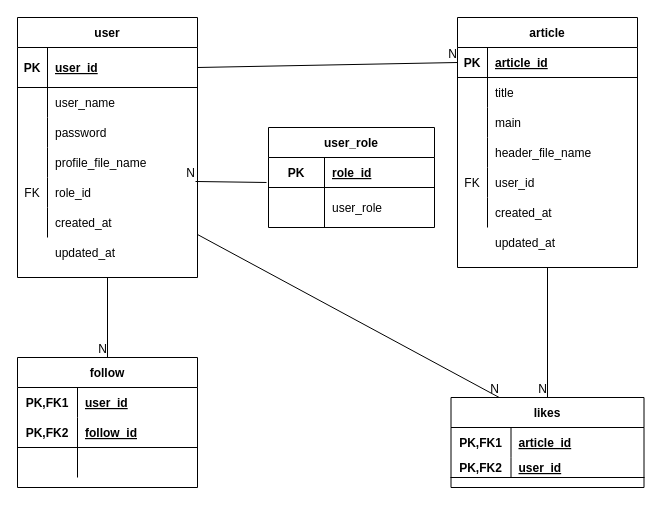
Above: infra/db/ER.dio in Yuichi-Kadota/blog-app (draw.io), before the change. Source tidied: cells renumbered, new cells numbered last; positions are measured from the earlier drawing's top-left corner, leaving out a move shared by most shapes. Both pictures are drawn from the tidied source at 100%, with x=0, y=0 at pixel (17, 17).
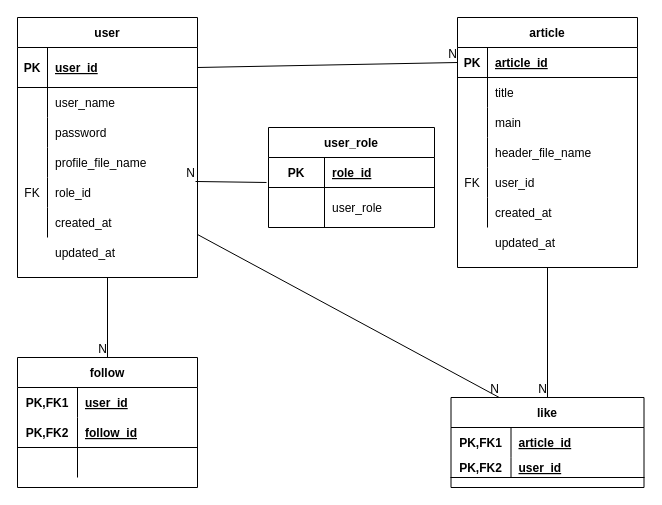
After the change.

Commit message (it also covers changes not shown here):
mod tbl nm

What changed in the source:
```diff
@@
-    <mxCell id="67" value="likes" style="shape=table;startSize=30;childLayout=tableLayout;rowLines=0;fontStyle=1;align=center;" parent="1" vertex="1">
+    <mxCell id="67" value="like" style="shape=table;startSize=30;childLayout=tableLayout;rowLines=0;fontStyle=1;align=center;" parent="1" vertex="1">
       <mxGeometry x="433.5" y="380" width="193" height="90" as="geometry" />
     </mxCell>
```
